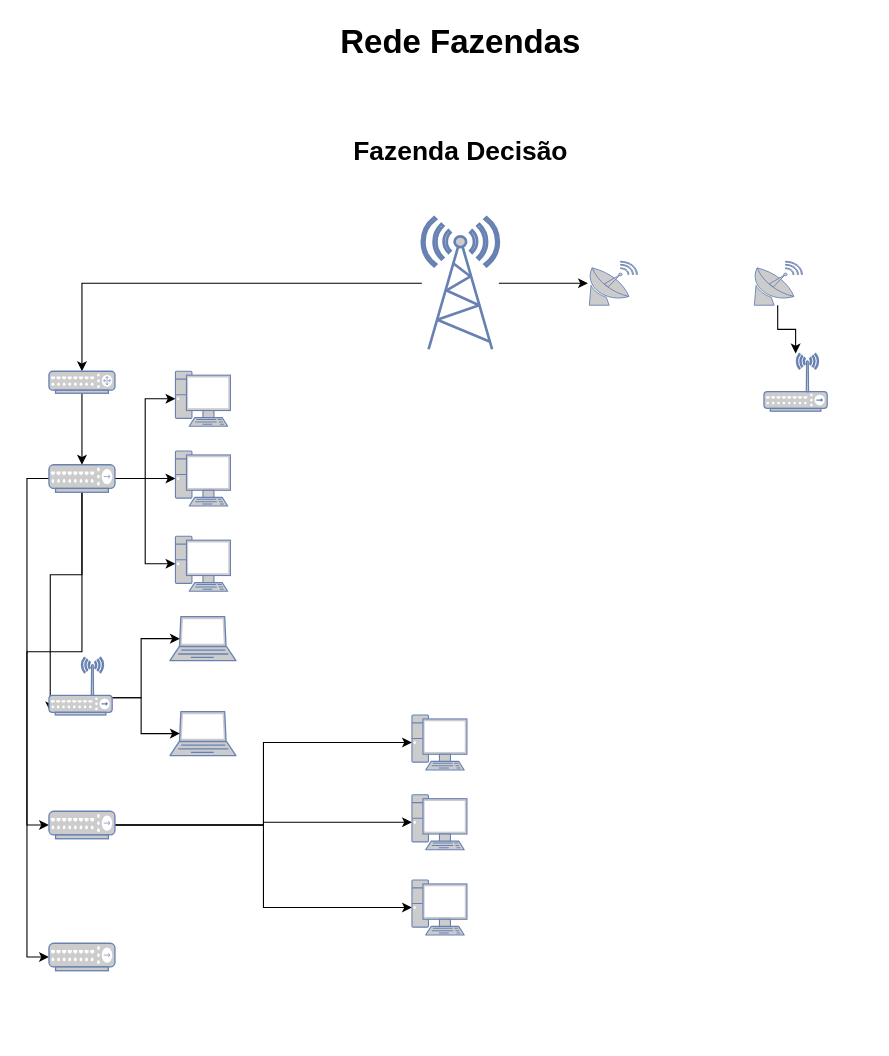
This is Diagrama sem nome.drawio from AlbertoPontes/Fluxogramas, a draw.io file, before an edit. Source tidied: cells renumbered, new cells numbered last; positions are measured from the earlier drawing's top-left corner, leaving out a move shared by most shapes. Both pictures are drawn from the tidied source at 110%, with x=0, y=0 at pixel (48, 19).
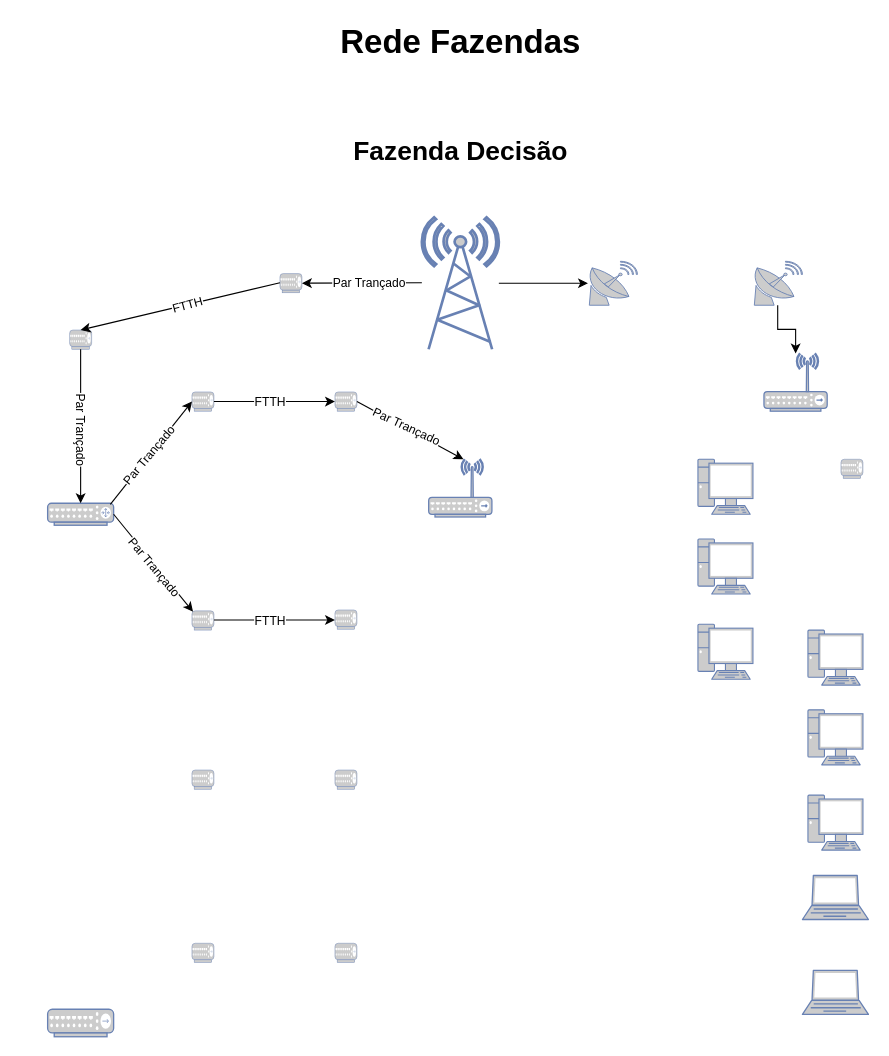
The same page after the edit.

Unchanged cells that the change refers to:
```xml
<mxCell id="6" style="fontColor=#0066CC;verticalAlign=top;verticalLabelPosition=bottom;labelPosition=center;align=center;html=1;outlineConnect=0;fillColor=#CCCCCC;strokeColor=#6881B3;gradientColor=none;gradientDirection=north;strokeWidth=2;shape=mxgraph.networks.radio_tower;" parent="1" vertex="1">
  <mxGeometry x="339" y="180" width="70" height="120" as="geometry" />
</mxCell>
```

Diff of the diagram source:
```diff
@@
-    <mxCell id="5" style="edgeStyle=orthogonalEdgeStyle;rounded=0;jettySize=auto;html=1;" parent="1" edge="1" source="6" target="9">
-      <mxGeometry relative="1" as="geometry" />
-    </mxCell>
@@
-    <mxCell id="8" style="edgeStyle=orthogonalEdgeStyle;rounded=0;jettySize=auto;html=1;" parent="1" edge="1" source="9" target="19">
-      <mxGeometry relative="1" as="geometry" />
-    </mxCell>
     <mxCell id="9" style="fontColor=#0066CC;verticalAlign=top;verticalLabelPosition=bottom;labelPosition=center;align=center;html=1;outlineConnect=0;fillColor=#CCCCCC;strokeColor=#6881B3;gradientColor=none;gradientDirection=north;strokeWidth=2;shape=mxgraph.networks.router;" parent="1" vertex="1">
-      <mxGeometry y="320" width="60" height="20" as="geometry" />
+      <mxGeometry x="-1.2" y="440" width="60" height="20" as="geometry" />
     </mxCell>
@@
-    <mxCell id="13" style="edgeStyle=orthogonalEdgeStyle;rounded=0;jettySize=auto;html=1;exitX=0;exitY=0.5;exitDx=0;exitDy=0;exitPerimeter=0;entryX=0;entryY=0.5;entryDx=0;entryDy=0;entryPerimeter=0;" parent="1" edge="1" source="19" target="29">
-      <mxGeometry relative="1" as="geometry" />
-    </mxCell>
-    <mxCell id="14" style="edgeStyle=orthogonalEdgeStyle;rounded=0;jettySize=auto;html=1;entryX=0;entryY=0.5;entryDx=0;entryDy=0;entryPerimeter=0;" parent="1" edge="1" source="19" target="28">
-      <mxGeometry relative="1" as="geometry" />
-    </mxCell>
-    <mxCell id="15" style="edgeStyle=orthogonalEdgeStyle;rounded=0;jettySize=auto;html=1;entryX=0.02;entryY=0.94;entryDx=0;entryDy=0;entryPerimeter=0;" parent="1" edge="1" source="19" target="32">
-      <mxGeometry relative="1" as="geometry" />
-    </mxCell>
-    <mxCell id="16" style="edgeStyle=orthogonalEdgeStyle;rounded=0;jettySize=auto;html=1;entryX=0;entryY=0.5;entryDx=0;entryDy=0;entryPerimeter=0;" parent="1" edge="1" source="19" target="20">
-      <mxGeometry relative="1" as="geometry" />
-    </mxCell>
-    <mxCell id="17" style="edgeStyle=orthogonalEdgeStyle;rounded=0;jettySize=auto;html=1;entryX=0;entryY=0.5;entryDx=0;entryDy=0;entryPerimeter=0;" parent="1" edge="1" source="19" target="21">
-      <mxGeometry relative="1" as="geometry" />
-    </mxCell>
-    <mxCell id="18" style="edgeStyle=orthogonalEdgeStyle;rounded=0;jettySize=auto;html=1;entryX=0;entryY=0.5;entryDx=0;entryDy=0;entryPerimeter=0;" parent="1" edge="1" source="19" target="22">
-      <mxGeometry relative="1" as="geometry" />
-    </mxCell>
     <mxCell id="19" style="fontColor=#0066CC;verticalAlign=top;verticalLabelPosition=bottom;labelPosition=center;align=center;html=1;outlineConnect=0;fillColor=#CCCCCC;strokeColor=#6881B3;gradientColor=none;gradientDirection=north;strokeWidth=2;shape=mxgraph.networks.hub;" parent="1" vertex="1">
-      <mxGeometry y="405" width="60" height="25" as="geometry" />
+      <mxGeometry x="-1.2" y="900" width="60" height="25" as="geometry" />
     </mxCell>
     <mxCell id="20" style="fontColor=#0066CC;verticalAlign=top;verticalLabelPosition=bottom;labelPosition=center;align=center;html=1;outlineConnect=0;fillColor=#CCCCCC;strokeColor=#6881B3;gradientColor=none;gradientDirection=north;strokeWidth=2;shape=mxgraph.networks.pc;" parent="1" vertex="1">
-      <mxGeometry x="115" y="320" width="50" height="50" as="geometry" />
+      <mxGeometry x="690" y="555.3" width="50" height="50" as="geometry" />
     </mxCell>
     <mxCell id="21" style="fontColor=#0066CC;verticalAlign=top;verticalLabelPosition=bottom;labelPosition=center;align=center;html=1;outlineConnect=0;fillColor=#CCCCCC;strokeColor=#6881B3;gradientColor=none;gradientDirection=north;strokeWidth=2;shape=mxgraph.networks.pc;" parent="1" vertex="1">
-      <mxGeometry x="115" y="392.5" width="50" height="50" as="geometry" />
+      <mxGeometry x="690" y="627.8" width="50" height="50" as="geometry" />
     </mxCell>
     <mxCell id="22" style="fontColor=#0066CC;verticalAlign=top;verticalLabelPosition=bottom;labelPosition=center;align=center;html=1;outlineConnect=0;fillColor=#CCCCCC;strokeColor=#6881B3;gradientColor=none;gradientDirection=north;strokeWidth=2;shape=mxgraph.networks.pc;" parent="1" vertex="1">
-      <mxGeometry x="115" y="470" width="50" height="50" as="geometry" />
+      <mxGeometry x="690" y="705.3" width="50" height="50" as="geometry" />
     </mxCell>
     <mxCell id="23" style="fontColor=#0066CC;verticalAlign=top;verticalLabelPosition=bottom;labelPosition=center;align=center;html=1;outlineConnect=0;fillColor=#CCCCCC;strokeColor=#6881B3;gradientColor=none;gradientDirection=north;strokeWidth=2;shape=mxgraph.networks.laptop;" parent="1" vertex="1">
-      <mxGeometry x="110" y="543.1" width="60" height="40" as="geometry" />
+      <mxGeometry x="685" y="778.4" width="60" height="40" as="geometry" />
     </mxCell>
     <mxCell id="24" style="fontColor=#0066CC;verticalAlign=top;verticalLabelPosition=bottom;labelPosition=center;align=center;html=1;outlineConnect=0;fillColor=#CCCCCC;strokeColor=#6881B3;gradientColor=none;gradientDirection=north;strokeWidth=2;shape=mxgraph.networks.laptop;" parent="1" vertex="1">
-      <mxGeometry x="110" y="629.4" width="60" height="40" as="geometry" />
+      <mxGeometry x="685" y="864.7" width="60" height="40" as="geometry" />
     </mxCell>
-    <mxCell id="25" style="edgeStyle=orthogonalEdgeStyle;rounded=0;jettySize=auto;html=1;exitX=1;exitY=0.5;exitDx=0;exitDy=0;exitPerimeter=0;entryX=0;entryY=0.5;entryDx=0;entryDy=0;entryPerimeter=0;" parent="1" edge="1" source="28" target="33">
-      <mxGeometry relative="1" as="geometry" />
-    </mxCell>
-    <mxCell id="26" style="edgeStyle=orthogonalEdgeStyle;rounded=0;jettySize=auto;html=1;entryX=0;entryY=0.5;entryDx=0;entryDy=0;entryPerimeter=0;" parent="1" edge="1" source="28" target="34">
-      <mxGeometry relative="1" as="geometry" />
-    </mxCell>
-    <mxCell id="27" style="edgeStyle=orthogonalEdgeStyle;rounded=0;jettySize=auto;html=1;entryX=0;entryY=0.5;entryDx=0;entryDy=0;entryPerimeter=0;" parent="1" edge="1" source="28" target="35">
-      <mxGeometry relative="1" as="geometry" />
-    </mxCell>
-    <mxCell id="28" style="fontColor=#0066CC;verticalAlign=top;verticalLabelPosition=bottom;labelPosition=center;align=center;html=1;outlineConnect=0;fillColor=#CCCCCC;strokeColor=#6881B3;gradientColor=none;gradientDirection=north;strokeWidth=2;shape=mxgraph.networks.hub;" parent="1" vertex="1">
-      <mxGeometry y="720" width="60" height="25" as="geometry" />
-    </mxCell>
-    <mxCell id="29" style="fontColor=#0066CC;verticalAlign=top;verticalLabelPosition=bottom;labelPosition=center;align=center;html=1;outlineConnect=0;fillColor=#CCCCCC;strokeColor=#6881B3;gradientColor=none;gradientDirection=north;strokeWidth=2;shape=mxgraph.networks.hub;" parent="1" vertex="1">
-      <mxGeometry y="840" width="60" height="25" as="geometry" />
-    </mxCell>
-    <mxCell id="30" style="edgeStyle=orthogonalEdgeStyle;rounded=0;jettySize=auto;html=1;exitX=1;exitY=0.7;exitDx=0;exitDy=0;exitPerimeter=0;entryX=0.15;entryY=0.5;entryDx=0;entryDy=0;entryPerimeter=0;" parent="1" edge="1" source="32" target="23">
-      <mxGeometry relative="1" as="geometry" />
-    </mxCell>
-    <mxCell id="31" style="edgeStyle=orthogonalEdgeStyle;rounded=0;jettySize=auto;html=1;exitX=1;exitY=0.7;exitDx=0;exitDy=0;exitPerimeter=0;entryX=0.15;entryY=0.5;entryDx=0;entryDy=0;entryPerimeter=0;" parent="1" edge="1" source="32" target="24">
-      <mxGeometry relative="1" as="geometry" />
-    </mxCell>
-    <mxCell id="32" style="fontColor=#0066CC;verticalAlign=top;verticalLabelPosition=bottom;labelPosition=center;align=center;html=1;outlineConnect=0;fillColor=#CCCCCC;strokeColor=#6881B3;gradientColor=none;gradientDirection=north;strokeWidth=2;shape=mxgraph.networks.wireless_hub;" parent="1" vertex="1">
-      <mxGeometry y="580" width="57.5" height="52.5" as="geometry" />
-    </mxCell>
     <mxCell id="33" style="fontColor=#0066CC;verticalAlign=top;verticalLabelPosition=bottom;labelPosition=center;align=center;html=1;outlineConnect=0;fillColor=#CCCCCC;strokeColor=#6881B3;gradientColor=none;gradientDirection=north;strokeWidth=2;shape=mxgraph.networks.pc;" parent="1" vertex="1">
-      <mxGeometry x="330" y="632.5" width="50" height="50" as="geometry" />
+      <mxGeometry x="590" y="400" width="50" height="50" as="geometry" />
     </mxCell>
     <mxCell id="34" style="fontColor=#0066CC;verticalAlign=top;verticalLabelPosition=bottom;labelPosition=center;align=center;html=1;outlineConnect=0;fillColor=#CCCCCC;strokeColor=#6881B3;gradientColor=none;gradientDirection=north;strokeWidth=2;shape=mxgraph.networks.pc;" parent="1" vertex="1">
-      <mxGeometry x="330" y="705" width="50" height="50" as="geometry" />
+      <mxGeometry x="590" y="472.5" width="50" height="50" as="geometry" />
     </mxCell>
     <mxCell id="35" style="fontColor=#0066CC;verticalAlign=top;verticalLabelPosition=bottom;labelPosition=center;align=center;html=1;outlineConnect=0;fillColor=#CCCCCC;strokeColor=#6881B3;gradientColor=none;gradientDirection=north;strokeWidth=2;shape=mxgraph.networks.pc;" parent="1" vertex="1">
-      <mxGeometry x="330" y="782.5" width="50" height="50" as="geometry" />
+      <mxGeometry x="590" y="550" width="50" height="50" as="geometry" />
     </mxCell>
+    <mxCell id="36" style="fontColor=#0066CC;verticalAlign=top;verticalLabelPosition=bottom;labelPosition=center;align=center;html=1;outlineConnect=0;fillColor=#CCCCCC;strokeColor=#6881B3;gradientColor=none;gradientDirection=north;strokeWidth=2;shape=mxgraph.networks.hub;" parent="1" vertex="1">
+      <mxGeometry x="130" y="338.8" width="20" height="17.5" as="geometry" />
+    </mxCell>
+    <mxCell id="37" style="fontColor=#0066CC;verticalAlign=top;verticalLabelPosition=bottom;labelPosition=center;align=center;html=1;outlineConnect=0;fillColor=#CCCCCC;strokeColor=#6881B3;gradientColor=none;gradientDirection=north;strokeWidth=2;shape=mxgraph.networks.hub;" parent="1" vertex="1">
+      <mxGeometry x="130" y="537.8" width="20" height="17.5" as="geometry" />
+    </mxCell>
+    <mxCell id="38" style="fontColor=#0066CC;verticalAlign=top;verticalLabelPosition=bottom;labelPosition=center;align=center;html=1;fillColor=#CCCCCC;strokeColor=#6881B3;gradientColor=none;gradientDirection=north;strokeWidth=2;shape=mxgraph.networks.hub;" parent="1" vertex="1">
+      <mxGeometry x="720" y="400" width="20" height="17.5" as="geometry" />
+    </mxCell>
+    <mxCell id="39" style="fontColor=#0066CC;verticalAlign=top;verticalLabelPosition=bottom;labelPosition=center;align=center;html=1;fillColor=#CCCCCC;strokeColor=#6881B3;gradientColor=none;gradientDirection=north;strokeWidth=2;shape=mxgraph.networks.hub;" parent="1" vertex="1">
+      <mxGeometry x="130" y="682.5" width="20" height="17.5" as="geometry" />
+    </mxCell>
+    <mxCell id="40" style="fontColor=#0066CC;verticalAlign=top;verticalLabelPosition=bottom;labelPosition=center;align=center;html=1;outlineConnect=0;fillColor=#CCCCCC;strokeColor=#6881B3;gradientColor=none;gradientDirection=north;strokeWidth=2;shape=mxgraph.networks.hub;" parent="1" vertex="1">
+      <mxGeometry x="18.8" y="282.5" width="20" height="17.5" as="geometry" />
+    </mxCell>
+    <mxCell id="41" style="fontColor=#0066CC;verticalAlign=top;verticalLabelPosition=bottom;labelPosition=center;align=center;html=1;outlineConnect=0;fillColor=#CCCCCC;strokeColor=#6881B3;gradientColor=none;gradientDirection=north;strokeWidth=2;shape=mxgraph.networks.hub;" parent="1" vertex="1">
+      <mxGeometry x="210" y="231.2" width="20" height="17.5" as="geometry" />
+    </mxCell>
+    <mxCell id="42" style="endArrow=classic;html=1;rounded=0;entryX=1;entryY=0.5;entryDx=0;entryDy=0;entryPerimeter=0;" parent="1" edge="1" target="41">
+      <mxGeometry relative="1" as="geometry">
+        <mxPoint x="339" y="239.5" as="sourcePoint" />
+      </mxGeometry>
+    </mxCell>
+    <mxCell id="43" value="Par Trançado" style="edgeLabel;html=1;align=center;verticalAlign=middle;" parent="42" vertex="1">
+      <mxGeometry relative="1" as="geometry">
+        <mxPoint x="6" as="offset" />
+      </mxGeometry>
+    </mxCell>
+    <mxCell id="44" style="endArrow=classic;html=1;rounded=0;entryX=0.5;entryY=0;entryDx=0;entryDy=0;entryPerimeter=0;" parent="1" edge="1" target="40">
+      <mxGeometry relative="1" as="geometry">
+        <mxPoint x="210" y="239.5" as="sourcePoint" />
+      </mxGeometry>
+    </mxCell>
+    <mxCell id="45" value="FTTH" style="edgeLabel;html=1;align=center;verticalAlign=middle;rotation=-15;" parent="44" vertex="1">
+      <mxGeometry relative="1" as="geometry">
+        <mxPoint x="6" y="-1" as="offset" />
+      </mxGeometry>
+    </mxCell>
+    <mxCell id="46" style="endArrow=classic;html=1;rounded=0;entryX=0.5;entryY=0;entryDx=0;entryDy=0;entryPerimeter=0;exitX=0.5;exitY=1;exitDx=0;exitDy=0;exitPerimeter=0;" parent="1" edge="1" source="40" target="9">
+      <mxGeometry relative="1" as="geometry" />
+    </mxCell>
+    <mxCell id="47" value="Par Trançado" style="edgeLabel;html=1;align=center;verticalAlign=middle;rotation=90;" parent="46" vertex="1">
+      <mxGeometry relative="1" as="geometry">
+        <mxPoint x="1" y="3" as="offset" />
+      </mxGeometry>
+    </mxCell>
+    <mxCell id="48" style="fontColor=#0066CC;verticalAlign=top;verticalLabelPosition=bottom;labelPosition=center;align=center;html=1;outlineConnect=0;fillColor=#CCCCCC;strokeColor=#6881B3;gradientColor=none;gradientDirection=north;strokeWidth=2;shape=mxgraph.networks.hub;" parent="1" vertex="1">
+      <mxGeometry x="260" y="338.8" width="20" height="17.5" as="geometry" />
+    </mxCell>
+    <mxCell id="49" style="fontColor=#0066CC;verticalAlign=top;verticalLabelPosition=bottom;labelPosition=center;align=center;html=1;outlineConnect=0;fillColor=#CCCCCC;strokeColor=#6881B3;gradientColor=none;gradientDirection=north;strokeWidth=2;shape=mxgraph.networks.wireless_hub;" parent="1" vertex="1">
+      <mxGeometry x="345.2" y="400" width="57.5" height="52.5" as="geometry" />
+    </mxCell>
+    <mxCell id="50" style="fontColor=#0066CC;verticalAlign=top;verticalLabelPosition=bottom;labelPosition=center;align=center;html=1;fillColor=#CCCCCC;strokeColor=#6881B3;gradientColor=none;gradientDirection=north;strokeWidth=2;shape=mxgraph.networks.hub;" parent="1" vertex="1">
+      <mxGeometry x="260" y="537" width="20" height="17.5" as="geometry" />
+    </mxCell>
+    <mxCell id="51" style="endArrow=classic;html=1;rounded=0;entryX=0;entryY=0.5;entryDx=0;entryDy=0;entryPerimeter=0;exitX=0.95;exitY=0.05;exitDx=0;exitDy=0;exitPerimeter=0;" parent="1" edge="1" source="9" target="36">
+      <mxGeometry relative="1" as="geometry" />
+    </mxCell>
+    <mxCell id="52" value="Par Trançado" style="edgeLabel;html=1;align=center;verticalAlign=middle;rotation=-50;" parent="51" vertex="1">
+      <mxGeometry relative="1" as="geometry">
+        <mxPoint x="-3" y="3" as="offset" />
+      </mxGeometry>
+    </mxCell>
+    <mxCell id="53" style="endArrow=classic;html=1;rounded=0;entryX=0.05;entryY=0.05;entryDx=0;entryDy=0;entryPerimeter=0;exitX=1;exitY=0.5;exitDx=0;exitDy=0;exitPerimeter=0;" parent="1" edge="1" source="9" target="37">
+      <mxGeometry relative="1" as="geometry" />
+    </mxCell>
+    <mxCell id="54" value="Par Trançado" style="edgeLabel;html=1;align=center;verticalAlign=middle;rotation=50;" parent="53" vertex="1">
+      <mxGeometry relative="1" as="geometry">
+        <mxPoint x="1" y="3" as="offset" />
+      </mxGeometry>
+    </mxCell>
+    <mxCell id="55" style="endArrow=classic;html=1;rounded=0;entryX=0.55;entryY=0;entryDx=0;entryDy=0;entryPerimeter=0;exitX=1;exitY=0.5;exitDx=0;exitDy=0;exitPerimeter=0;" parent="1" edge="1" source="48" target="49">
+      <mxGeometry relative="1" as="geometry" />
+    </mxCell>
+    <mxCell id="56" value="Par Trançado" style="edgeLabel;html=1;align=center;verticalAlign=middle;rotation=25;" parent="55" vertex="1">
+      <mxGeometry relative="1" as="geometry">
+        <mxPoint x="-4" y="-4" as="offset" />
+      </mxGeometry>
+    </mxCell>
+    <mxCell id="57" style="endArrow=classic;html=1;rounded=0;entryX=0;entryY=0.5;entryDx=0;entryDy=0;entryPerimeter=0;exitX=1;exitY=0.5;exitDx=0;exitDy=0;exitPerimeter=0;" parent="1" edge="1" source="36" target="48">
+      <mxGeometry relative="1" as="geometry" />
+    </mxCell>
+    <mxCell id="58" value="FTTH" style="edgeLabel;html=1;align=center;verticalAlign=middle;rotation=0;" parent="57" vertex="1">
+      <mxGeometry relative="1" as="geometry">
+        <mxPoint x="-5" as="offset" />
+      </mxGeometry>
+    </mxCell>
+    <mxCell id="59" style="endArrow=classic;html=1;rounded=0;entryX=0;entryY=0.5;entryDx=0;entryDy=0;entryPerimeter=0;exitX=1;exitY=0.5;exitDx=0;exitDy=0;exitPerimeter=0;" parent="1" edge="1">
+      <mxGeometry relative="1" as="geometry">
+        <mxPoint x="150" y="546.1" as="sourcePoint" />
+        <mxPoint x="260" y="546.1" as="targetPoint" />
+      </mxGeometry>
+    </mxCell>
+    <mxCell id="60" value="FTTH" style="edgeLabel;html=1;align=center;verticalAlign=middle;rotation=0;" parent="59" vertex="1">
+      <mxGeometry relative="1" as="geometry">
+        <mxPoint x="-5" as="offset" />
+      </mxGeometry>
+    </mxCell>
+    <mxCell id="61" style="fontColor=#0066CC;verticalAlign=top;verticalLabelPosition=bottom;labelPosition=center;align=center;html=1;fillColor=#CCCCCC;strokeColor=#6881B3;gradientColor=none;gradientDirection=north;strokeWidth=2;shape=mxgraph.networks.hub;" parent="1" vertex="1">
+      <mxGeometry x="260" y="682.5" width="20" height="17.5" as="geometry" />
+    </mxCell>
+    <mxCell id="62" style="fontColor=#0066CC;verticalAlign=top;verticalLabelPosition=bottom;labelPosition=center;align=center;html=1;fillColor=#CCCCCC;strokeColor=#6881B3;gradientColor=none;gradientDirection=north;strokeWidth=2;shape=mxgraph.networks.hub;" parent="1" vertex="1">
+      <mxGeometry x="130" y="840" width="20" height="17.5" as="geometry" />
+    </mxCell>
+    <mxCell id="63" style="fontColor=#0066CC;verticalAlign=top;verticalLabelPosition=bottom;labelPosition=center;align=center;html=1;fillColor=#CCCCCC;strokeColor=#6881B3;gradientColor=none;gradientDirection=north;strokeWidth=2;shape=mxgraph.networks.hub;" parent="1" vertex="1">
+      <mxGeometry x="260" y="840" width="20" height="17.5" as="geometry" />
+    </mxCell>
```
